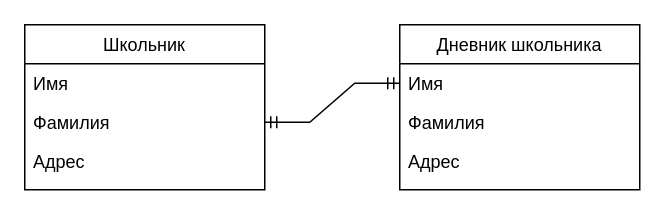
pytonuserouner/UML_study keeps this draw.io diagram as Тестовое задание ER диаграмма.drawio. Above is the earlier version. Source tidied: cells renumbered, new cells numbered last; positions are measured from the earlier drawing's top-left corner, leaving out a move shared by most shapes. Both pictures are drawn from the tidied source at 150%, with x=0, y=0 at pixel (24, 24).
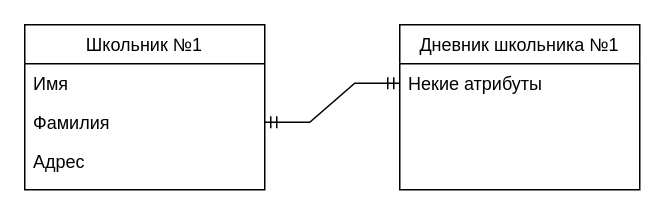
The same diagram, later.

The edit, as a diff of the source:
```diff
@@
 <mxGraphModel>
   <root>
     <mxCell id="0" />
     <mxCell id="1" parent="0" />
-    <mxCell id="2" value="Школьник" style="swimlane;fontStyle=0;align=center;verticalAlign=top;horizontal=1;startSize=26;rounded=0;shadow=0;strokeWidth=1;" parent="1" vertex="1">
+    <mxCell id="2" value="Школьник №1" style="swimlane;fontStyle=0;align=center;verticalAlign=top;horizontal=1;startSize=26;rounded=0;shadow=0;strokeWidth=1;" parent="1" vertex="1">
       <mxGeometry width="160" height="110" as="geometry" />
     </mxCell>
     <mxCell id="3" value="Имя" style="text;align=left;verticalAlign=top;spacingLeft=4;spacingRight=4;overflow=hidden;" parent="2" vertex="1">
       <mxGeometry y="26" width="160" height="26" as="geometry" />
     </mxCell>
     <mxCell id="4" value="Фамилия" style="text;align=left;verticalAlign=top;spacingLeft=4;spacingRight=4;overflow=hidden;points=[[0,0.5],[1,0.5]];portConstraint=eastwest;rounded=0;shadow=0;html=0;" parent="2" vertex="1">
       <mxGeometry y="52" width="160" height="26" as="geometry" />
     </mxCell>
     <mxCell id="5" value="Адрес" style="text;align=left;verticalAlign=top;spacingLeft=4;spacingRight=4;overflow=hidden;rounded=0;shadow=0;html=0;" parent="2" vertex="1">
       <mxGeometry y="78" width="160" height="26" as="geometry" />
     </mxCell>
-    <mxCell id="6" value="Дневник школьника" style="swimlane;fontStyle=0;align=center;verticalAlign=top;horizontal=1;startSize=26;rounded=0;shadow=0;strokeWidth=1;" parent="1" vertex="1">
+    <mxCell id="6" value="Дневник школьника №1" style="swimlane;fontStyle=0;align=center;verticalAlign=top;horizontal=1;startSize=26;rounded=0;shadow=0;strokeWidth=1;" parent="1" vertex="1">
       <mxGeometry x="250" width="160" height="110" as="geometry" />
     </mxCell>
-    <mxCell id="7" value="Имя" style="text;align=left;verticalAlign=top;spacingLeft=4;spacingRight=4;overflow=hidden;points=[[0,0.5],[1,0.5]];portConstraint=eastwest;" parent="6" vertex="1">
-      <mxGeometry y="26" width="160" height="26" as="geometry" />
-    </mxCell>
-    <mxCell id="8" value="Фамилия" style="text;align=left;verticalAlign=top;spacingLeft=4;spacingRight=4;overflow=hidden;" parent="6" vertex="1">
-      <mxGeometry y="52" width="160" height="26" as="geometry" />
-    </mxCell>
-    <mxCell id="9" value="Адрес" style="text;align=left;verticalAlign=top;spacingLeft=4;spacingRight=4;overflow=hidden;" parent="6" vertex="1">
-      <mxGeometry y="78" width="160" height="26" as="geometry" />
-    </mxCell>
+    <mxCell id="11" value="Некие атрибуты" style="text;align=left;verticalAlign=top;spacingLeft=4;spacingRight=4;overflow=hidden;" parent="6" vertex="1">
+      <mxGeometry y="26" width="160" height="26" as="geometry" />
+    </mxCell>
-    <mxCell id="10" style="edgeStyle=entityRelationEdgeStyle;fontSize=12;html=1;endArrow=ERmandOne;startArrow=ERmandOne;rounded=0;exitX=1;exitY=0.5;exitDx=0;exitDy=0;entryX=0;entryY=0.5;entryDx=0;entryDy=0;" parent="1" edge="1" source="4" target="7">
-      <mxGeometry relative="1" as="geometry" />
+    <mxCell id="10" style="edgeStyle=entityRelationEdgeStyle;fontSize=12;html=1;endArrow=ERmandOne;startArrow=ERmandOne;rounded=0;exitX=1;exitY=0.5;exitDx=0;exitDy=0;entryX=0;entryY=0.5;entryDx=0;entryDy=0;" parent="1" edge="1" source="4">
+      <mxGeometry relative="1" as="geometry">
+        <mxPoint x="250" y="39" as="targetPoint" />
+      </mxGeometry>
     </mxCell>
   </root>
 </mxGraphModel>
```
